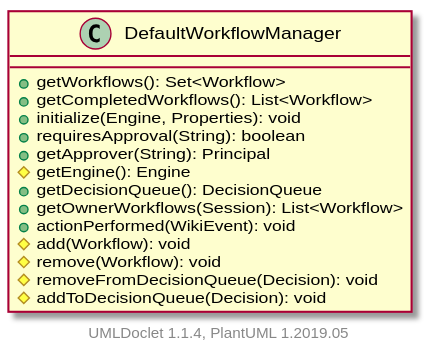
The PlantUML diagram apidocs/2.11.0.M8-SNAPSHOT/org/apache/wiki/workflow/DefaultWorkflowManager.svg in apache/jspwiki-site, before a commit. Source of this version:
```plantuml
@startuml

    class DefaultWorkflowManager [[DefaultWorkflowManager.html]] {
        +getWorkflows(): Set<Workflow>
        +getCompletedWorkflows(): List<Workflow>
        +initialize(Engine, Properties): void
        +requiresApproval(String): boolean
        +getApprover(String): Principal
        #getEngine(): Engine
        +getDecisionQueue(): DecisionQueue
        +getOwnerWorkflows(Session): List<Workflow>
        +actionPerformed(WikiEvent): void
        #add(Workflow): void
        #remove(Workflow): void
        #removeFromDecisionQueue(Decision): void
        #addToDecisionQueue(Decision): void
    }


    center footer UMLDoclet 1.1.4, PlantUML 1.2019.05
@enduml
```
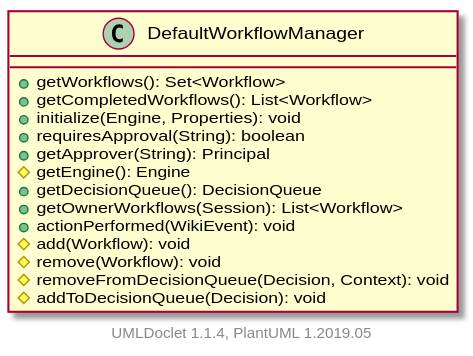
The same diagram one commit later.

The edit, as a diff of the source:
```diff
@@ -12,7 +12,7 @@
         +actionPerformed(WikiEvent): void
         #add(Workflow): void
         #remove(Workflow): void
-        #removeFromDecisionQueue(Decision): void
+        #removeFromDecisionQueue(Decision, Context): void
         #addToDecisionQueue(Decision): void
     }
 
```
